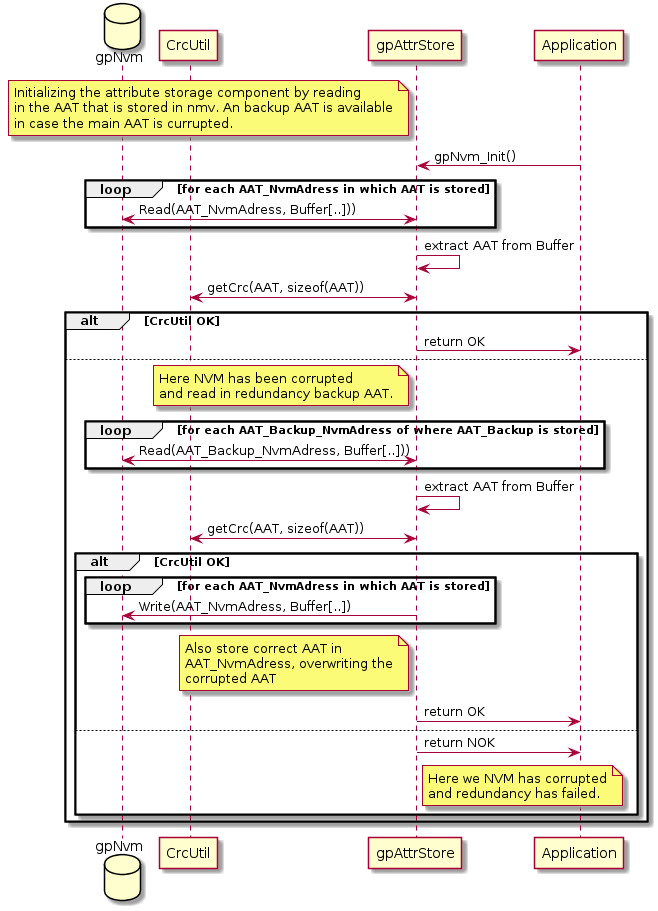
The PlantUML diagram doc/gpNvm_Init.png in kevinwong1983/AttributeAllocationTable, before a commit.
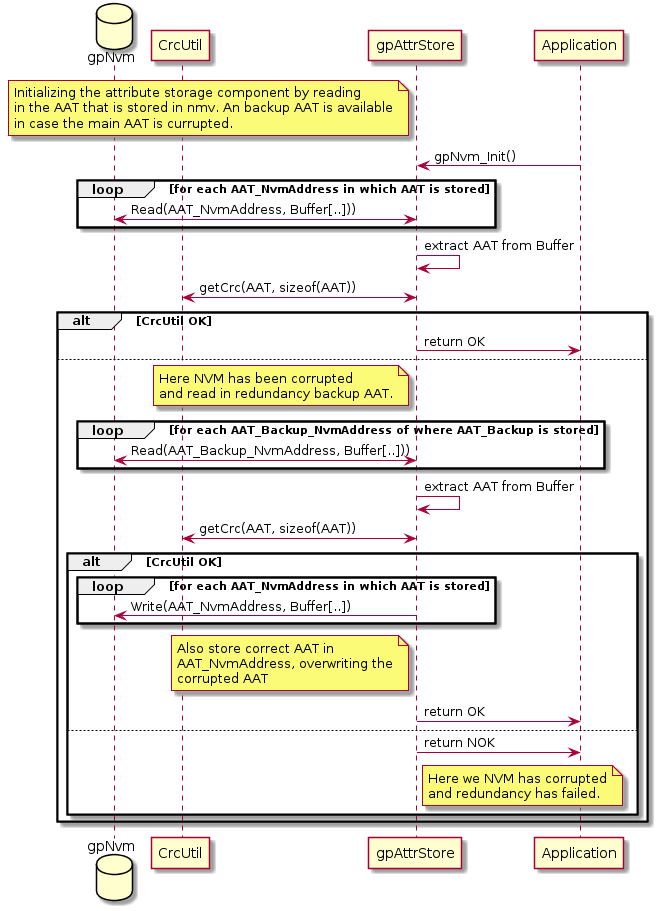
The same file after the commit.

What changed in the source:
```diff
@@ -11,8 +11,8 @@
 participant Application
 
 Application -> gpAttrStore : gpNvm_Init()
-loop for each AAT_NvmAdress in which AAT is stored
-	gpAttrStore <-> gpNvm : Read(AAT_NvmAdress, Buffer[..]))
+loop for each AAT_NvmAddress in which AAT is stored
+	gpAttrStore <-> gpNvm : Read(AAT_NvmAddress, Buffer[..]))
 end
 gpAttrStore -> gpAttrStore: extract AAT from Buffer
 
@@ -24,18 +24,18 @@
 	Here NVM has been corrupted
 	and read in redundancy backup AAT.
 	end note
-	loop for each AAT_Backup_NvmAdress of where AAT_Backup is stored
-		gpAttrStore <-> gpNvm : Read(AAT_Backup_NvmAdress, Buffer[..]))
+	loop for each AAT_Backup_NvmAddress of where AAT_Backup is stored
+		gpAttrStore <-> gpNvm : Read(AAT_Backup_NvmAddress, Buffer[..]))
 	end
 	gpAttrStore -> gpAttrStore: extract AAT from Buffer
 	gpAttrStore <-> CrcUtil : getCrc(AAT, sizeof(AAT))
 	alt CrcUtil OK
-		loop for each AAT_NvmAdress in which AAT is stored
-			gpAttrStore -> gpNvm : Write(AAT_NvmAdress, Buffer[..])
+		loop for each AAT_NvmAddress in which AAT is stored
+			gpAttrStore -> gpNvm : Write(AAT_NvmAddress, Buffer[..])
 		end
 		note left of gpAttrStore
 		Also store correct AAT in
-		AAT_NvmAdress, overwriting the
+		AAT_NvmAddress, overwriting the
 		corrupted AAT
 		end note
 		gpAttrStore -> Application : return OK
```
